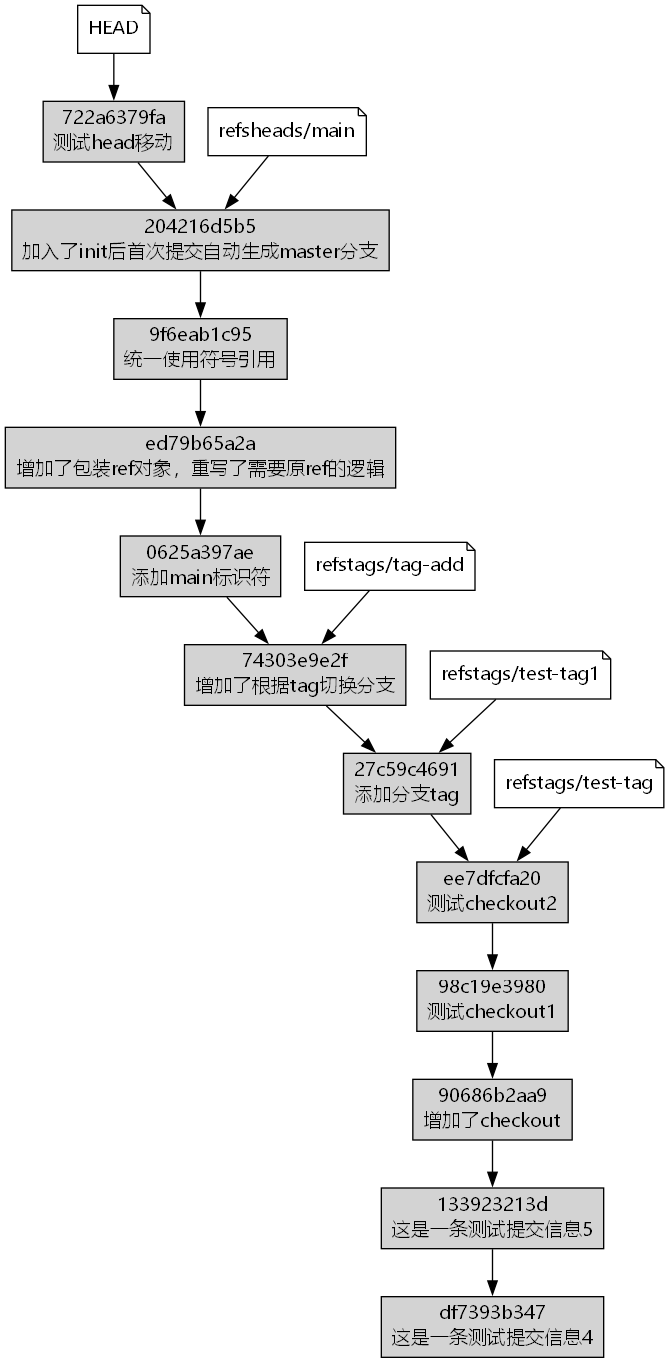
Before: graph.png, a diagram exported from Graphviz (ZLaoShi/ugit). Its source is kept beside it as graph.dot.
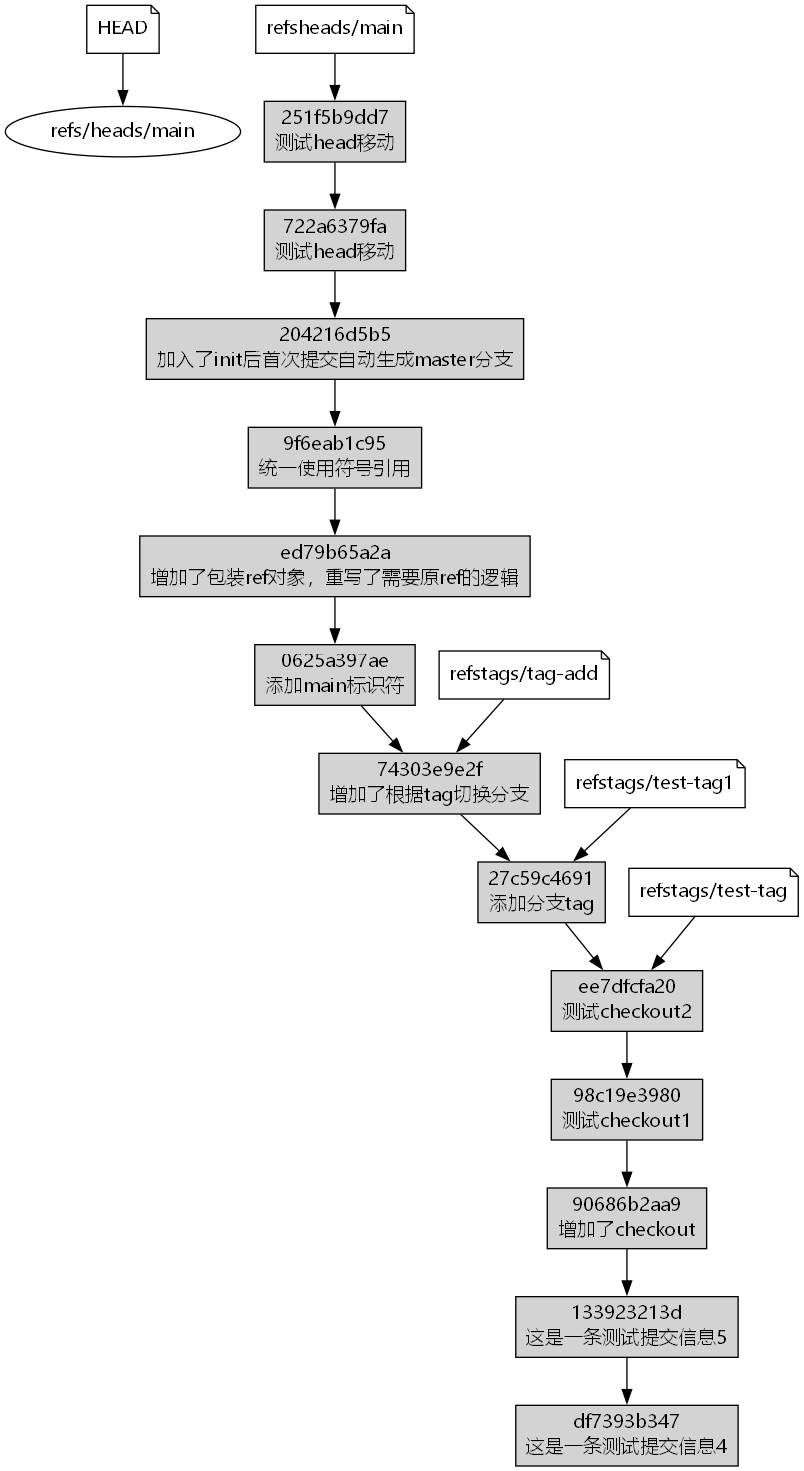
After the commit.

What changed in the source:
```diff
@@ -3,15 +3,21 @@
     node [fontname="Microsoft YaHei"];
     edge [fontname="Microsoft YaHei"];
 "HEAD" [shape=note]
-"HEAD" -> "722a6379fa9a878d13361c9f6940bbd71c73e8e3"
+"HEAD" -> "refs/heads/main"
 "refs\heads/main" [shape=note]
-"refs\heads/main" -> "204216d5b54da24a706520c9e1f16d5590360a94"
+"refs\heads/main" -> "251f5b9dd792eac2a49fc105e75d33cdd5a8bac3"
 "refs\tags/tag-add" [shape=note]
 "refs\tags/tag-add" -> "74303e9e2f50ee066a7eae99e1e4a0fbecca150a"
 "refs\tags/test-tag" [shape=note]
 "refs\tags/test-tag" -> "ee7dfcfa2006967df7b4d5b1092cb46d33919e38"
 "refs\tags/test-tag1" [shape=note]
 "refs\tags/test-tag1" -> "27c59c4691cce27beedad6747191a58f078ec5e6"
+"251f5b9dd792eac2a49fc105e75d33cdd5a8bac3" [shape=box style=filled label="251f5b9dd7
+测试head移动"]
+"251f5b9dd792eac2a49fc105e75d33cdd5a8bac3" -> "722a6379fa9a878d13361c9f6940bbd71c73e8e3"
+"722a6379fa9a878d13361c9f6940bbd71c73e8e3" [shape=box style=filled label="722a6379fa
+测试head移动"]
+"722a6379fa9a878d13361c9f6940bbd71c73e8e3" -> "204216d5b54da24a706520c9e1f16d5590360a94"
 "204216d5b54da24a706520c9e1f16d5590360a94" [shape=box style=filled label="204216d5b5
 加入了init后首次提交自动生成master分支"]
 "204216d5b54da24a706520c9e1f16d5590360a94" -> "9f6eab1c952b2c271ef907528e1022d09c3804c7"
@@ -44,7 +50,4 @@
 "133923213dbc50e0476aceadfc15823d6cc1a431" -> "df7393b3474aa723efaaf39c94f7304057dbeca6"
 "df7393b3474aa723efaaf39c94f7304057dbeca6" [shape=box style=filled label="df7393b347
 这是一条测试提交信息4"]
-"722a6379fa9a878d13361c9f6940bbd71c73e8e3" [shape=box style=filled label="722a6379fa
-测试head移动"]
-"722a6379fa9a878d13361c9f6940bbd71c73e8e3" -> "204216d5b54da24a706520c9e1f16d5590360a94"
 }
```
